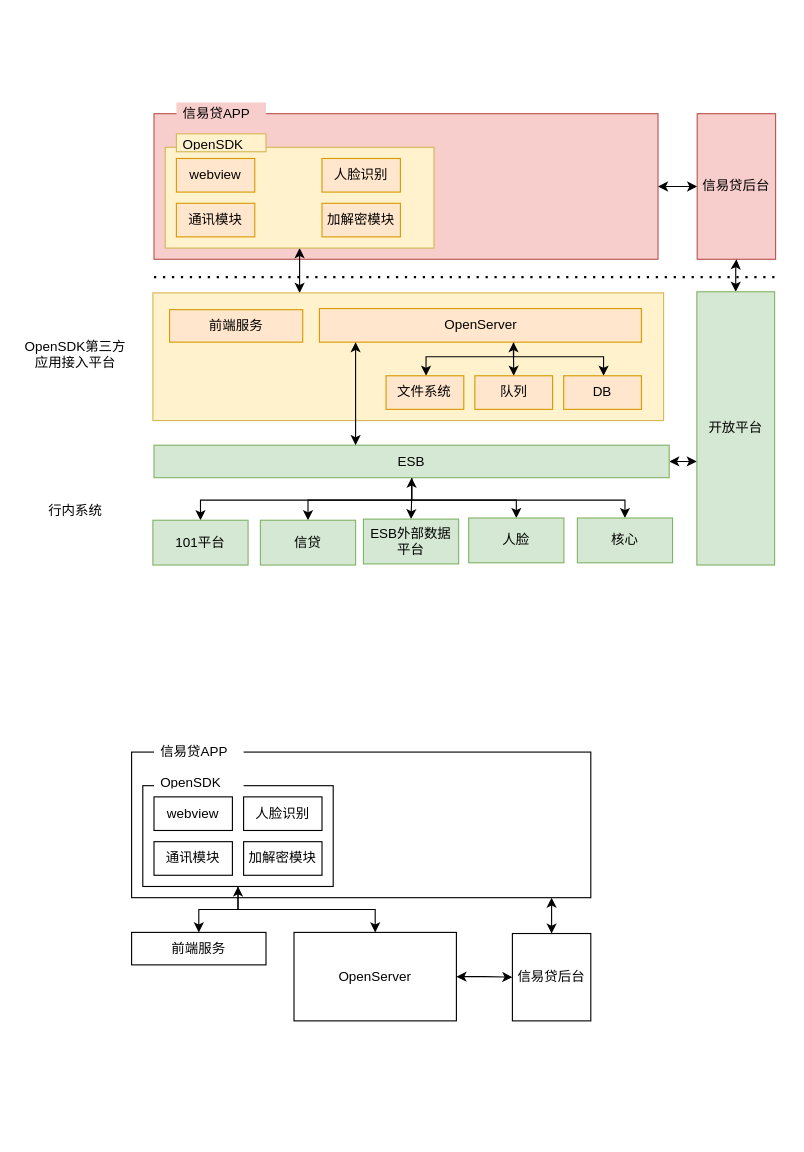
This is page "第 3 页" (4 of 8) of doc/未命名绘图.drawio from shushanfx/nfile, a draw.io file, before an edit. Source tidied: cells renumbered, new cells numbered last; positions are measured from the earlier drawing's top-left corner, leaving out a move shared by most shapes. Both pictures are drawn from the tidied source at 112%, with x=0, y=0 at pixel (19, 102).
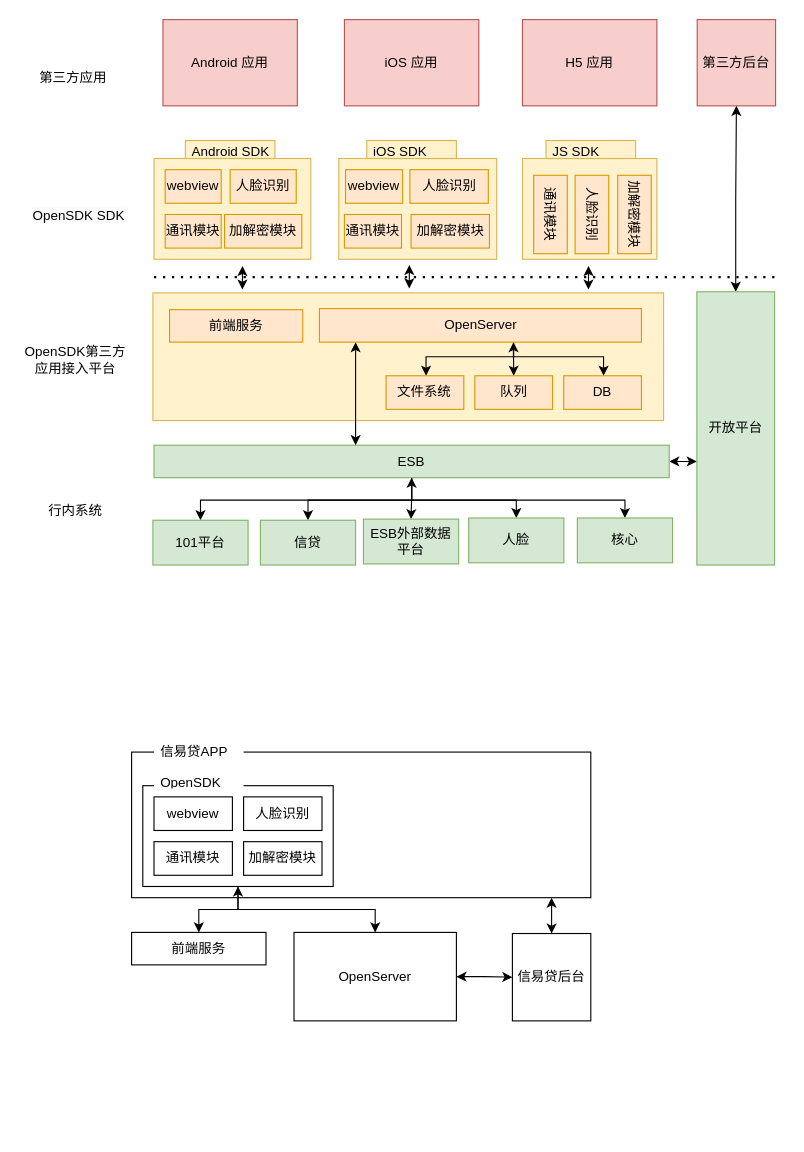
Above is the later version.

Diff of the diagram source:
```diff
@@
-    <mxCell id="18" style="rounded=0;whiteSpace=wrap;html=1;fillColor=#f8cecc;strokeColor=#b85450;" parent="1" vertex="1">
-      <mxGeometry x="120" y="10" width="450" height="130" as="geometry" />
-    </mxCell>
-    <mxCell id="19" style="edgeStyle=orthogonalEdgeStyle;rounded=0;jettySize=auto;html=1;startArrow=classic;startFill=1;" parent="1" edge="1" source="20">
-      <mxGeometry relative="1" as="geometry">
-        <mxPoint x="250" y="170" as="targetPoint" />
-      </mxGeometry>
-    </mxCell>
     <mxCell id="20" style="rounded=0;whiteSpace=wrap;html=1;fillColor=#fff2cc;strokeColor=#d6b656;" parent="1" vertex="1">
-      <mxGeometry x="130" y="40" width="240" height="90" as="geometry" />
+      <mxGeometry x="120" y="50" width="140" height="90" as="geometry" />
     </mxCell>
     <mxCell id="21" value="通讯模块" style="rounded=0;whiteSpace=wrap;html=1;fillColor=#ffe6cc;strokeColor=#d79b00;" parent="1" vertex="1">
-      <mxGeometry x="140" y="90" width="70" height="30" as="geometry" />
+      <mxGeometry x="130" y="100" width="50" height="30" as="geometry" />
     </mxCell>
     <mxCell id="22" value="加解密模块" style="rounded=0;whiteSpace=wrap;html=1;fillColor=#ffe6cc;strokeColor=#d79b00;" parent="1" vertex="1">
-      <mxGeometry x="270" y="90" width="70" height="30" as="geometry" />
+      <mxGeometry x="183" y="100" width="69" height="30" as="geometry" />
     </mxCell>
     <mxCell id="23" value="人脸识别" style="rounded=0;whiteSpace=wrap;html=1;fillColor=#ffe6cc;strokeColor=#d79b00;" parent="1" vertex="1">
-      <mxGeometry x="270" y="50" width="70" height="30" as="geometry" />
+      <mxGeometry x="188" y="60" width="59" height="30" as="geometry" />
     </mxCell>
     <mxCell id="24" value="webview" style="rounded=0;whiteSpace=wrap;html=1;fillColor=#ffe6cc;strokeColor=#d79b00;" parent="1" vertex="1">
-      <mxGeometry x="140" y="50" width="70" height="30" as="geometry" />
+      <mxGeometry x="130" y="60" width="50" height="30" as="geometry" />
     </mxCell>
-    <mxCell id="25" value="OpenSDK" style="text;strokeColor=#d6b656;fillColor=#fff2cc;align=left;verticalAlign=middle;spacingLeft=4;spacingRight=4;overflow=hidden;whiteSpace=wrap;html=1;" parent="1" vertex="1">
-      <mxGeometry x="140" y="28" width="80" height="16" as="geometry" />
+    <mxCell id="25" value="Android SDK" style="text;strokeColor=#d6b656;fillColor=#fff2cc;align=left;verticalAlign=middle;spacingLeft=4;spacingRight=4;overflow=hidden;whiteSpace=wrap;html=1;" parent="1" vertex="1">
+      <mxGeometry x="148" y="34" width="80" height="16" as="geometry" />
     </mxCell>
-    <mxCell id="26" value="信易贷APP" style="text;strokeColor=none;fillColor=#f8cecc;align=left;verticalAlign=middle;spacingLeft=4;spacingRight=4;overflow=hidden;whiteSpace=wrap;html=1;" parent="1" vertex="1">
-      <mxGeometry x="140" width="80" height="16" as="geometry" />
-    </mxCell>
@@
-    <mxCell id="34" style="edgeStyle=orthogonalEdgeStyle;rounded=0;jettySize=auto;html=1;startArrow=classic;startFill=1;" parent="1" edge="1" source="35" target="18">
-      <mxGeometry relative="1" as="geometry" />
-    </mxCell>
-    <mxCell id="35" value="信易贷后台" style="rounded=0;whiteSpace=wrap;html=1;fillColor=#f8cecc;strokeColor=#b85450;" parent="1" vertex="1">
-      <mxGeometry x="605" y="10" width="70" height="130" as="geometry" />
+    <mxCell id="35" value="第三方后台" style="rounded=0;whiteSpace=wrap;html=1;fillColor=#f8cecc;strokeColor=#b85450;" parent="1" vertex="1">
+      <mxGeometry x="605" y="-74" width="70" height="77" as="geometry" />
     </mxCell>
@@
     <mxCell id="56" value="OpenSDK第三方应用接入平台" style="text;html=1;strokeColor=none;fillColor=none;align=center;verticalAlign=middle;whiteSpace=wrap;rounded=0;" parent="1" vertex="1">
-      <mxGeometry y="210" width="100" height="30" as="geometry" />
+      <mxGeometry y="215" width="100" height="30" as="geometry" />
     </mxCell>
@@
+    <mxCell id="58" style="rounded=0;whiteSpace=wrap;html=1;fillColor=#fff2cc;strokeColor=#d6b656;" parent="1" vertex="1">
+      <mxGeometry x="285" y="50" width="141" height="90" as="geometry" />
+    </mxCell>
+    <mxCell id="59" value="通讯模块" style="rounded=0;whiteSpace=wrap;html=1;fillColor=#ffe6cc;strokeColor=#d79b00;" parent="1" vertex="1">
+      <mxGeometry x="290" y="100" width="51" height="30" as="geometry" />
+    </mxCell>
+    <mxCell id="60" value="加解密模块" style="rounded=0;whiteSpace=wrap;html=1;fillColor=#ffe6cc;strokeColor=#d79b00;" parent="1" vertex="1">
+      <mxGeometry x="349.5" y="100" width="70" height="30" as="geometry" />
+    </mxCell>
+    <mxCell id="61" value="人脸识别" style="rounded=0;whiteSpace=wrap;html=1;fillColor=#ffe6cc;strokeColor=#d79b00;" parent="1" vertex="1">
+      <mxGeometry x="348.5" y="60" width="70" height="30" as="geometry" />
+    </mxCell>
+    <mxCell id="62" value="webview" style="rounded=0;whiteSpace=wrap;html=1;fillColor=#ffe6cc;strokeColor=#d79b00;" parent="1" vertex="1">
+      <mxGeometry x="291" y="60" width="51" height="30" as="geometry" />
+    </mxCell>
+    <mxCell id="63" value="iOS SDK" style="text;strokeColor=#d6b656;fillColor=#fff2cc;align=left;verticalAlign=middle;spacingLeft=4;spacingRight=4;overflow=hidden;whiteSpace=wrap;html=1;" parent="1" vertex="1">
+      <mxGeometry x="310" y="34" width="80" height="16" as="geometry" />
+    </mxCell>
+    <mxCell id="64" value="&lt;span style=&quot;color: rgb(0, 0, 0); font-family: Helvetica; font-size: 12px; font-style: normal; font-variant-ligatures: normal; font-variant-caps: normal; font-weight: 400; letter-spacing: normal; orphans: 2; text-align: left; text-indent: 0px; text-transform: none; widows: 2; word-spacing: 0px; -webkit-text-stroke-width: 0px; white-space: normal; background-color: rgb(251, 251, 251); text-decoration-thickness: initial; text-decoration-style: initial; text-decoration-color: initial; display: inline !important; float: none;&quot;&gt;OpenSDK SDK&lt;/span&gt;" style="text;whiteSpace=wrap;html=1;" parent="1" vertex="1">
+      <mxGeometry x="10" y="87" width="90" height="40" as="geometry" />
+    </mxCell>
+    <mxCell id="65" style="rounded=0;whiteSpace=wrap;html=1;fillColor=#fff2cc;strokeColor=#d6b656;" parent="1" vertex="1">
+      <mxGeometry x="449" y="50" width="120" height="90" as="geometry" />
+    </mxCell>
+    <mxCell id="66" value="通讯模块" style="rounded=0;whiteSpace=wrap;html=1;fillColor=#ffe6cc;strokeColor=#d79b00;rotation=90;" parent="1" vertex="1">
+      <mxGeometry x="439" y="85" width="70" height="30" as="geometry" />
+    </mxCell>
+    <mxCell id="67" value="加解密模块" style="rounded=0;whiteSpace=wrap;html=1;fillColor=#ffe6cc;strokeColor=#d79b00;rotation=90;" parent="1" vertex="1">
+      <mxGeometry x="514" y="85" width="70" height="30" as="geometry" />
+    </mxCell>
+    <mxCell id="68" value="人脸识别" style="rounded=0;whiteSpace=wrap;html=1;fillColor=#ffe6cc;strokeColor=#d79b00;rotation=90;" parent="1" vertex="1">
+      <mxGeometry x="476" y="85" width="70" height="30" as="geometry" />
+    </mxCell>
+    <mxCell id="69" value="JS SDK" style="text;strokeColor=#d6b656;fillColor=#fff2cc;align=left;verticalAlign=middle;spacingLeft=4;spacingRight=4;overflow=hidden;whiteSpace=wrap;html=1;" parent="1" vertex="1">
+      <mxGeometry x="470" y="34" width="80" height="16" as="geometry" />
+    </mxCell>
+    <mxCell id="70" style="endArrow=classic;startArrow=classic;html=1;rounded=0;exitX=0.366;exitY=0.009;exitDx=0;exitDy=0;exitPerimeter=0;" parent="1" edge="1">
+      <mxGeometry relative="1" as="geometry">
+        <mxPoint x="198.9" y="167" as="sourcePoint" />
+        <mxPoint x="199" y="146" as="targetPoint" />
+      </mxGeometry>
+    </mxCell>
+    <mxCell id="71" style="endArrow=classic;startArrow=classic;html=1;rounded=0;exitX=0.366;exitY=0.009;exitDx=0;exitDy=0;exitPerimeter=0;" parent="1" edge="1">
+      <mxGeometry relative="1" as="geometry">
+        <mxPoint x="347.9" y="166" as="sourcePoint" />
+        <mxPoint x="348" y="145" as="targetPoint" />
+      </mxGeometry>
+    </mxCell>
+    <mxCell id="72" style="endArrow=classic;startArrow=classic;html=1;rounded=0;exitX=0.366;exitY=0.009;exitDx=0;exitDy=0;exitPerimeter=0;" parent="1" edge="1">
+      <mxGeometry relative="1" as="geometry">
+        <mxPoint x="507.9" y="167" as="sourcePoint" />
+        <mxPoint x="508" y="146" as="targetPoint" />
+      </mxGeometry>
+    </mxCell>
+    <mxCell id="73" value="Android 应用" style="rounded=0;whiteSpace=wrap;html=1;fillColor=#f8cecc;strokeColor=#b85450;" parent="1" vertex="1">
+      <mxGeometry x="128" y="-74" width="120" height="77" as="geometry" />
+    </mxCell>
+    <mxCell id="74" value="iOS 应用" style="rounded=0;whiteSpace=wrap;html=1;fillColor=#f8cecc;strokeColor=#b85450;" parent="1" vertex="1">
+      <mxGeometry x="290" y="-74" width="120" height="77" as="geometry" />
+    </mxCell>
+    <mxCell id="75" value="H5 应用" style="rounded=0;whiteSpace=wrap;html=1;fillColor=#f8cecc;strokeColor=#b85450;" parent="1" vertex="1">
+      <mxGeometry x="449" y="-74" width="120" height="77" as="geometry" />
+    </mxCell>
+    <mxCell id="76" value="第三方应用" style="text;html=1;align=center;verticalAlign=middle;whiteSpace=wrap;rounded=0;" parent="1" vertex="1">
+      <mxGeometry x="13" y="-37" width="70" height="30" as="geometry" />
+    </mxCell>
```
